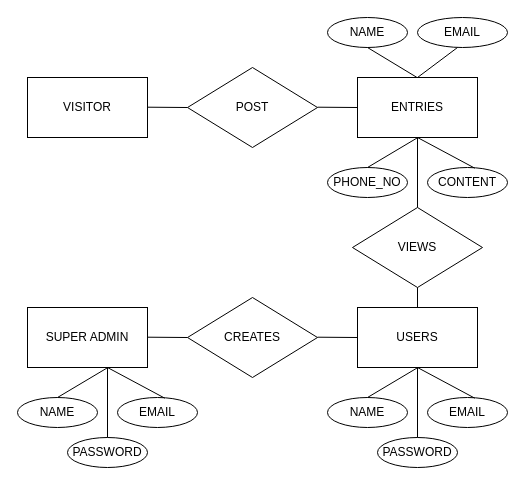
This is Submissions/Assignment01/Untitled Diagram.drawio from hussainlallani/f20_csfs1030, a draw.io file, before an edit. Source tidied: cells renumbered, new cells numbered last; positions are measured from the earlier drawing's top-left corner, leaving out a move shared by most shapes. Both pictures are drawn from the tidied source at 100%, with x=0, y=0 at pixel (17, 17).
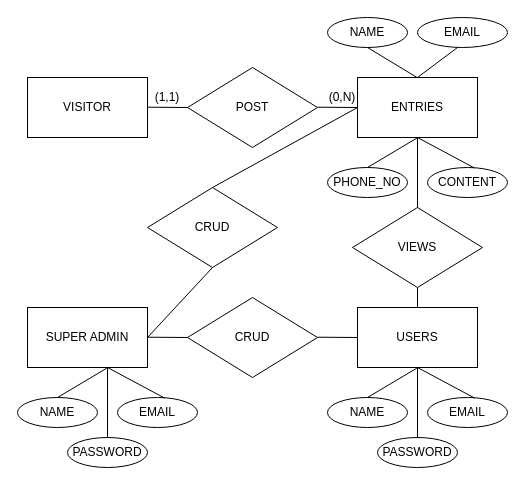
The same page after the edit.

Unchanged cells that the change refers to:
```xml
<mxCell id="4" value="ENTRIES" style="rounded=0;whiteSpace=wrap;html=1;" parent="1" vertex="1">
  <mxGeometry x="340" y="60" width="120" height="60" as="geometry" />
</mxCell>
<mxCell id="16" value="SUPER ADMIN" style="rounded=0;whiteSpace=wrap;html=1;" parent="1" vertex="1">
  <mxGeometry x="10" y="290" width="120" height="60" as="geometry" />
</mxCell>
```

Change to the diagram source:
```diff
@@
-    <mxCell id="21" value="CREATES" style="text;html=1;strokeColor=none;fillColor=none;align=center;verticalAlign=middle;whiteSpace=wrap;rounded=0;" parent="1" vertex="1">
+    <mxCell id="21" value="CRUD" style="text;html=1;strokeColor=none;fillColor=none;align=center;verticalAlign=middle;whiteSpace=wrap;rounded=0;" parent="1" vertex="1">
       <mxGeometry x="215" y="310" width="40" height="20" as="geometry" />
     </mxCell>
@@
+    <mxCell id="37" style="rhombus;whiteSpace=wrap;html=1;" parent="1" vertex="1">
+      <mxGeometry x="130" y="170" width="130" height="80" as="geometry" />
+    </mxCell>
+    <mxCell id="38" style="endArrow=none;html=1;entryX=0.5;entryY=1;entryDx=0;entryDy=0;exitX=1;exitY=0.5;exitDx=0;exitDy=0;" parent="1" edge="1" source="16" target="37">
+      <mxGeometry relative="1" as="geometry" />
+    </mxCell>
+    <mxCell id="39" style="endArrow=none;html=1;entryX=0;entryY=0.5;entryDx=0;entryDy=0;exitX=0.5;exitY=0;exitDx=0;exitDy=0;" parent="1" edge="1" source="37" target="4">
+      <mxGeometry relative="1" as="geometry" />
+    </mxCell>
+    <mxCell id="40" value="CRUD" style="text;html=1;strokeColor=none;fillColor=none;align=center;verticalAlign=middle;whiteSpace=wrap;rounded=0;" parent="1" vertex="1">
+      <mxGeometry x="175" y="200" width="40" height="20" as="geometry" />
+    </mxCell>
+    <mxCell id="41" value="(1,1)" style="text;html=1;strokeColor=none;fillColor=none;align=center;verticalAlign=middle;whiteSpace=wrap;rounded=0;" parent="1" vertex="1">
+      <mxGeometry x="130" y="70" width="40" height="20" as="geometry" />
+    </mxCell>
+    <mxCell id="42" value="(0,N)" style="text;html=1;strokeColor=none;fillColor=none;align=center;verticalAlign=middle;whiteSpace=wrap;rounded=0;" parent="1" vertex="1">
+      <mxGeometry x="305" y="70" width="40" height="20" as="geometry" />
+    </mxCell>
```
